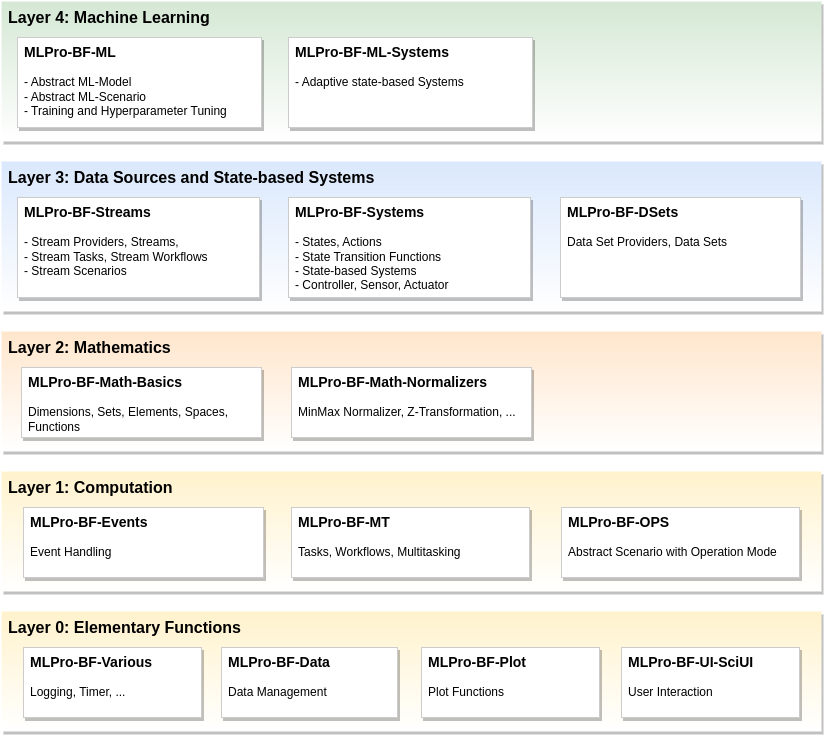
Above: doc/rtd/content/02_basic_functions/mlpro_bf/sub/images/MLPro-BF_Overview.drawio.png in fhswf/MLPro (draw.io), before the change. Source tidied: cells renumbered, new cells last; positions are measured from the earlier drawing's top-left corner, leaving out a move shared by most shapes.
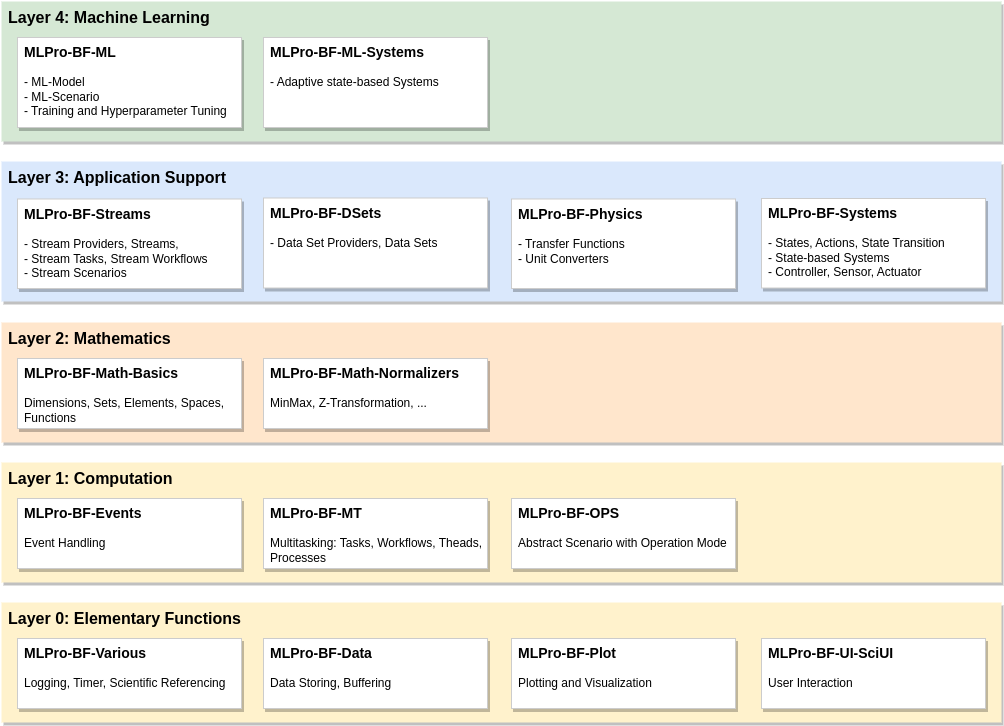
Above is the later version.

Commit message:
updates on various diagrams and images

Diff of the diagram source:
```diff
@@ -2,62 +2,65 @@
   <root>
     <mxCell id="0" />
     <mxCell id="1" parent="0" />
+    <mxCell id="16" value="Layer 4: Machine Learning" style="rounded=0;whiteSpace=wrap;html=1;shadow=1;glass=0;fontSize=16;align=left;labelPosition=center;verticalLabelPosition=middle;verticalAlign=top;spacingLeft=5;spacingRight=5;fontStyle=1;fillColor=#d5e8d4;strokeColor=none;strokeWidth=2;gradientColor=none;" parent="1" vertex="1">
+      <mxGeometry y="9" width="1000" height="140" as="geometry" />
+    </mxCell>
-    <mxCell id="2" value="Layer 0: Elementary Functions" style="rounded=0;whiteSpace=wrap;html=1;shadow=1;glass=0;fontSize=16;align=left;labelPosition=center;verticalLabelPosition=middle;verticalAlign=top;spacingLeft=5;fontStyle=1;strokeColor=none;fillColor=#fff2cc;strokeWidth=1;fontFamily=Helvetica;gradientColor=#FFFFFF;" parent="1" vertex="1">
-      <mxGeometry y="610" width="820" height="120" as="geometry" />
+    <mxCell id="2" value="Layer 0: Elementary Functions" style="rounded=0;whiteSpace=wrap;html=1;shadow=1;glass=0;fontSize=16;align=left;labelPosition=center;verticalLabelPosition=middle;verticalAlign=top;spacingLeft=5;fontStyle=1;strokeColor=none;fillColor=#fff2cc;strokeWidth=1;fontFamily=Helvetica;gradientColor=none;" parent="1" vertex="1">
+      <mxGeometry y="610" width="1000" height="120" as="geometry" />
     </mxCell>
-    <mxCell id="3" value="Layer 3: Data Sources and State-based Systems" style="rounded=0;whiteSpace=wrap;html=1;shadow=1;glass=0;fontSize=16;align=left;labelPosition=center;verticalLabelPosition=middle;verticalAlign=top;spacingLeft=5;spacingRight=5;fontStyle=1;fillColor=#dae8fc;strokeColor=none;strokeWidth=2;gradientColor=#FFFFFF;" parent="1" vertex="1">
-      <mxGeometry y="160" width="820" height="150" as="geometry" />
+    <mxCell id="3" value="Layer 3: Application Support" style="rounded=0;whiteSpace=wrap;html=1;shadow=1;glass=0;fontSize=16;align=left;labelPosition=center;verticalLabelPosition=middle;verticalAlign=top;spacingLeft=5;spacingRight=5;fontStyle=1;fillColor=#dae8fc;strokeColor=none;strokeWidth=2;gradientColor=none;" parent="1" vertex="1">
+      <mxGeometry y="169" width="1000" height="140" as="geometry" />
     </mxCell>
-    <mxCell id="4" value="Layer 2: Mathematics" style="rounded=0;whiteSpace=wrap;html=1;shadow=1;glass=0;fontSize=16;align=left;labelPosition=center;verticalLabelPosition=middle;verticalAlign=top;spacingLeft=5;fontStyle=1;fillColor=#ffe6cc;strokeColor=none;strokeWidth=1;gradientColor=#FFFFFF;" parent="1" vertex="1">
-      <mxGeometry y="330" width="820" height="120" as="geometry" />
+    <mxCell id="4" value="Layer 2: Mathematics" style="rounded=0;whiteSpace=wrap;html=1;shadow=1;glass=0;fontSize=16;align=left;labelPosition=center;verticalLabelPosition=middle;verticalAlign=top;spacingLeft=5;fontStyle=1;fillColor=#ffe6cc;strokeColor=none;strokeWidth=1;gradientColor=none;" parent="1" vertex="1">
+      <mxGeometry y="330" width="1000" height="120" as="geometry" />
     </mxCell>
-    <mxCell id="5" value="Layer 1: Computation" style="rounded=0;whiteSpace=wrap;html=1;shadow=1;glass=0;fontSize=16;align=left;labelPosition=center;verticalLabelPosition=middle;verticalAlign=top;spacingLeft=5;fontStyle=1;fillColor=#fff2cc;strokeColor=none;strokeWidth=1;gradientColor=#FFFFFF;" parent="1" vertex="1">
-      <mxGeometry y="470" width="820" height="120" as="geometry" />
+    <mxCell id="5" value="Layer 1: Computation" style="rounded=0;whiteSpace=wrap;html=1;shadow=1;glass=0;fontSize=16;align=left;labelPosition=center;verticalLabelPosition=middle;verticalAlign=top;spacingLeft=5;fontStyle=1;fillColor=#fff2cc;strokeColor=none;strokeWidth=1;gradientColor=none;" parent="1" vertex="1">
+      <mxGeometry y="470" width="1000" height="120" as="geometry" />
     </mxCell>
-    <mxCell id="6" value="&lt;font style=&quot;font-size: 14px;&quot;&gt;MLPro-BF-Various&lt;/font&gt;&lt;br&gt;&lt;span style=&quot;font-weight: normal;&quot;&gt;&lt;br&gt;Logging, Timer, ...&lt;/span&gt;" style="rounded=0;whiteSpace=wrap;html=1;glass=0;shadow=1;align=left;verticalAlign=top;fontStyle=1;spacingLeft=5;strokeColor=#CCCCCC;" parent="1" vertex="1">
-      <mxGeometry x="22" y="646" width="178" height="70" as="geometry" />
+    <mxCell id="6" value="&lt;font style=&quot;font-size: 14px;&quot;&gt;MLPro-BF-Various&lt;/font&gt;&lt;br&gt;&lt;span style=&quot;font-weight: normal;&quot;&gt;&lt;br&gt;Logging, Timer, Scientific Referencing&lt;/span&gt;" style="rounded=0;whiteSpace=wrap;html=1;glass=0;shadow=1;align=left;verticalAlign=top;fontStyle=1;spacingLeft=5;strokeColor=#CCCCCC;" parent="1" vertex="1">
+      <mxGeometry x="16" y="646" width="224" height="70" as="geometry" />
     </mxCell>
     <mxCell id="7" value="&lt;font style=&quot;font-size: 14px;&quot;&gt;MLPro-BF-Math-Basics&lt;br&gt;&lt;/font&gt;&lt;span style=&quot;font-weight: normal;&quot;&gt;&lt;br&gt;Dimensions, Sets, Elements, Spaces, Functions&lt;/span&gt;" style="rounded=0;whiteSpace=wrap;html=1;glass=0;shadow=1;align=left;verticalAlign=top;fontStyle=1;spacingLeft=5;strokeColor=#CCCCCC;" parent="1" vertex="1">
-      <mxGeometry x="20" y="366" width="240" height="70" as="geometry" />
+      <mxGeometry x="16" y="366" width="224" height="70" as="geometry" />
     </mxCell>
     <mxCell id="8" value="&lt;font style=&quot;font-size: 14px;&quot;&gt;MLPro-BF-Events&lt;/font&gt;&lt;br&gt;&lt;br&gt;&lt;span style=&quot;font-weight: normal;&quot;&gt;Event Handling&lt;/span&gt;" style="rounded=0;whiteSpace=wrap;html=1;glass=0;shadow=1;align=left;verticalAlign=top;fontStyle=1;spacingLeft=5;strokeColor=#CCCCCC;" parent="1" vertex="1">
-      <mxGeometry x="22" y="506" width="240" height="70" as="geometry" />
+      <mxGeometry x="16" y="506" width="224" height="70" as="geometry" />
     </mxCell>
-    <mxCell id="9" value="&lt;font style=&quot;font-size: 14px;&quot;&gt;MLPro-BF-MT &lt;/font&gt;&lt;br&gt;&lt;br&gt;&lt;span style=&quot;font-weight: normal;&quot;&gt;Tasks, Workflows, Multitasking&amp;nbsp;&lt;/span&gt;" style="rounded=0;whiteSpace=wrap;html=1;glass=0;shadow=1;align=left;verticalAlign=top;fontStyle=1;spacingLeft=5;strokeColor=#CCCCCC;" parent="1" vertex="1">
-      <mxGeometry x="290" y="506" width="238" height="70" as="geometry" />
+    <mxCell id="9" value="&lt;font style=&quot;font-size: 14px;&quot;&gt;MLPro-BF-MT &lt;/font&gt;&lt;br&gt;&lt;br&gt;&lt;span style=&quot;font-weight: normal;&quot;&gt;Multitasking: Tasks, Workflows, Theads, Processes&lt;/span&gt;" style="rounded=0;whiteSpace=wrap;html=1;glass=0;shadow=1;align=left;verticalAlign=top;fontStyle=1;spacingLeft=5;strokeColor=#CCCCCC;" parent="1" vertex="1">
+      <mxGeometry x="262" y="506" width="224" height="70" as="geometry" />
     </mxCell>
     <mxCell id="10" value="&lt;font style=&quot;font-size: 14px;&quot;&gt;MLPro-BF-Streams&lt;/font&gt;&lt;br&gt;&lt;br&gt;&lt;span style=&quot;font-weight: normal;&quot;&gt;- Stream Providers, Streams,&lt;br&gt;- Stream Tasks, Stream Workflows&lt;br&gt;- Stream Scenarios&lt;br&gt;&lt;/span&gt;" style="rounded=0;whiteSpace=wrap;html=1;glass=0;shadow=1;align=left;verticalAlign=top;fontStyle=1;spacingLeft=5;strokeColor=#CCCCCC;" parent="1" vertex="1">
-      <mxGeometry x="16" y="196" width="242" height="100" as="geometry" />
+      <mxGeometry x="16" y="206.5" width="224" height="89.5" as="geometry" />
     </mxCell>
-    <mxCell id="11" value="&lt;font style=&quot;font-size: 14px;&quot;&gt;MLPro-BF-Data&lt;/font&gt;&lt;br&gt;&lt;span style=&quot;font-weight: normal;&quot;&gt;&lt;br&gt;Data Management&lt;/span&gt;" style="rounded=0;whiteSpace=wrap;html=1;glass=0;shadow=1;align=left;verticalAlign=top;fontStyle=1;spacingLeft=5;strokeColor=#CCCCCC;" parent="1" vertex="1">
-      <mxGeometry x="220" y="646" width="176" height="70" as="geometry" />
+    <mxCell id="11" value="&lt;font style=&quot;font-size: 14px;&quot;&gt;MLPro-BF-Data&lt;/font&gt;&lt;br&gt;&lt;span style=&quot;font-weight: normal;&quot;&gt;&lt;br&gt;Data Storing, Buffering&lt;/span&gt;" style="rounded=0;whiteSpace=wrap;html=1;glass=0;shadow=1;align=left;verticalAlign=top;fontStyle=1;spacingLeft=5;strokeColor=#CCCCCC;" parent="1" vertex="1">
+      <mxGeometry x="262" y="646" width="224" height="70" as="geometry" />
     </mxCell>
-    <mxCell id="12" value="&lt;font style=&quot;font-size: 14px;&quot;&gt;MLPro-BF-Plot&lt;/font&gt;&lt;br&gt;&lt;span style=&quot;font-weight: normal;&quot;&gt;&lt;br&gt;Plot Functions&lt;/span&gt;" style="rounded=0;whiteSpace=wrap;html=1;glass=0;shadow=1;align=left;verticalAlign=top;fontStyle=1;spacingLeft=5;strokeColor=#CCCCCC;" parent="1" vertex="1">
-      <mxGeometry x="420" y="646" width="178" height="70" as="geometry" />
+    <mxCell id="12" value="&lt;font style=&quot;font-size: 14px;&quot;&gt;MLPro-BF-Plot&lt;/font&gt;&lt;br&gt;&lt;span style=&quot;font-weight: normal;&quot;&gt;&lt;br&gt;Plotting and Visualization&lt;/span&gt;" style="rounded=0;whiteSpace=wrap;html=1;glass=0;shadow=1;align=left;verticalAlign=top;fontStyle=1;spacingLeft=5;strokeColor=#CCCCCC;" parent="1" vertex="1">
+      <mxGeometry x="510" y="646" width="224" height="70" as="geometry" />
     </mxCell>
-    <mxCell id="13" value="&lt;font style=&quot;font-size: 14px;&quot;&gt;MLPro-BF-DSets&amp;nbsp;&lt;/font&gt;&lt;br&gt;&lt;br&gt;&lt;span style=&quot;font-weight: normal;&quot;&gt;Data Set Providers, Data Sets&lt;/span&gt;" style="rounded=0;whiteSpace=wrap;html=1;glass=0;shadow=1;align=left;verticalAlign=top;fontStyle=1;spacingLeft=5;strokeColor=#CCCCCC;" parent="1" vertex="1">
-      <mxGeometry x="559" y="196" width="240" height="100" as="geometry" />
+    <mxCell id="13" value="&lt;font style=&quot;font-size: 14px;&quot;&gt;MLPro-BF-DSets&amp;nbsp;&lt;/font&gt;&lt;br&gt;&lt;br&gt;&lt;span style=&quot;font-weight: normal;&quot;&gt;- Data Set Providers, Data Sets&lt;/span&gt;" style="rounded=0;whiteSpace=wrap;html=1;glass=0;shadow=1;align=left;verticalAlign=top;fontStyle=1;spacingLeft=5;strokeColor=#CCCCCC;" parent="1" vertex="1">
+      <mxGeometry x="262" y="205.5" width="224" height="90" as="geometry" />
     </mxCell>
     <mxCell id="14" value="&lt;span style=&quot;font-size: 14px;&quot;&gt;MLPro-BF-OPS&lt;br&gt;&lt;/span&gt;&lt;br&gt;&lt;span style=&quot;font-weight: 400;&quot;&gt;Abstract Scenario with Operation Mode&lt;/span&gt;" style="rounded=0;whiteSpace=wrap;html=1;glass=0;shadow=1;align=left;verticalAlign=top;fontStyle=1;spacingLeft=5;strokeColor=#CCCCCC;" parent="1" vertex="1">
-      <mxGeometry x="560" y="506" width="238" height="70" as="geometry" />
+      <mxGeometry x="510" y="506" width="224" height="70" as="geometry" />
     </mxCell>
-    <mxCell id="15" value="&lt;font style=&quot;font-size: 14px;&quot;&gt;MLPro-BF-Systems&lt;br&gt;&lt;/font&gt;&lt;span style=&quot;font-weight: normal;&quot;&gt;&lt;br&gt;- States, Actions&lt;br&gt;- State Transition Functions&lt;br&gt;- State-based Systems&lt;br&gt;- Controller, Sensor, Actuator&lt;br&gt;&lt;/span&gt;" style="rounded=0;whiteSpace=wrap;html=1;glass=0;shadow=1;align=left;verticalAlign=top;fontStyle=1;spacingLeft=5;strokeColor=#CCCCCC;" parent="1" vertex="1">
-      <mxGeometry x="287" y="196" width="242" height="100" as="geometry" />
+    <mxCell id="15" value="&lt;font style=&quot;font-size: 14px;&quot;&gt;MLPro-BF-Systems&lt;br&gt;&lt;/font&gt;&lt;span style=&quot;font-weight: normal;&quot;&gt;&lt;br&gt;- States, Actions, State Transition&lt;br&gt;- State-based Systems&lt;br&gt;- Controller, Sensor, Actuator&lt;br&gt;&lt;/span&gt;" style="rounded=0;whiteSpace=wrap;html=1;glass=0;shadow=1;align=left;verticalAlign=top;fontStyle=1;spacingLeft=5;strokeColor=#CCCCCC;" parent="1" vertex="1">
+      <mxGeometry x="760" y="206" width="224" height="89.5" as="geometry" />
     </mxCell>
-    <mxCell id="16" value="Layer 4: Machine Learning" style="rounded=0;whiteSpace=wrap;html=1;shadow=1;glass=0;fontSize=16;align=left;labelPosition=center;verticalLabelPosition=middle;verticalAlign=top;spacingLeft=5;spacingRight=5;fontStyle=1;fillColor=#d5e8d4;strokeColor=none;strokeWidth=2;gradientColor=#FFFFFF;" parent="1" vertex="1">
-      <mxGeometry width="820" height="140" as="geometry" />
-    </mxCell>
-    <mxCell id="17" value="&lt;font style=&quot;font-size: 14px;&quot;&gt;MLPro-BF-ML&lt;/font&gt;&lt;span style=&quot;background-color: initial; font-weight: normal;&quot;&gt;&lt;br&gt;&lt;/span&gt;&lt;span style=&quot;background-color: initial; font-weight: normal;&quot;&gt;&lt;br&gt;&lt;/span&gt;&lt;span style=&quot;background-color: initial; font-weight: normal;&quot;&gt;- Abstract ML-Model&lt;/span&gt;&lt;span style=&quot;background-color: initial; font-weight: normal;&quot;&gt;&lt;br&gt;&lt;/span&gt;&lt;span style=&quot;background-color: initial; font-weight: normal;&quot;&gt;- Abstract ML-Scenario&lt;/span&gt;&lt;span style=&quot;background-color: initial; font-weight: normal;&quot;&gt;&lt;br&gt;&lt;/span&gt;&lt;span style=&quot;background-color: initial; font-weight: normal;&quot;&gt;- Training and Hyperparameter Tuning&lt;/span&gt;&lt;span style=&quot;background-color: initial; font-weight: normal;&quot;&gt;&lt;br&gt;&lt;/span&gt;&lt;blockquote style=&quot;margin: 0 0 0 40px; border: none; padding: 0px;&quot;&gt;&lt;/blockquote&gt;&lt;blockquote style=&quot;margin: 0 0 0 40px; border: none; padding: 0px;&quot;&gt;&lt;/blockquote&gt;" style="rounded=0;whiteSpace=wrap;html=1;glass=0;shadow=1;align=left;verticalAlign=top;fontStyle=1;spacingLeft=5;strokeColor=#CCCCCC;" parent="1" vertex="1">
-      <mxGeometry x="16" y="36" width="244" height="90" as="geometry" />
+    <mxCell id="17" value="&lt;font style=&quot;font-size: 14px;&quot;&gt;MLPro-BF-ML&lt;/font&gt;&lt;span style=&quot;background-color: initial; font-weight: normal;&quot;&gt;&lt;br&gt;&lt;/span&gt;&lt;span style=&quot;background-color: initial; font-weight: normal;&quot;&gt;&lt;br&gt;&lt;/span&gt;&lt;span style=&quot;background-color: initial; font-weight: normal;&quot;&gt;- ML-Model&lt;/span&gt;&lt;span style=&quot;background-color: initial; font-weight: normal;&quot;&gt;&lt;br&gt;&lt;/span&gt;&lt;span style=&quot;background-color: initial; font-weight: normal;&quot;&gt;- ML-Scenario&lt;/span&gt;&lt;span style=&quot;background-color: initial; font-weight: normal;&quot;&gt;&lt;br&gt;&lt;/span&gt;&lt;span style=&quot;background-color: initial; font-weight: normal;&quot;&gt;- Training and Hyperparameter Tuning&lt;/span&gt;&lt;span style=&quot;background-color: initial; font-weight: normal;&quot;&gt;&lt;br&gt;&lt;/span&gt;&lt;blockquote style=&quot;margin: 0 0 0 40px; border: none; padding: 0px;&quot;&gt;&lt;/blockquote&gt;&lt;blockquote style=&quot;margin: 0 0 0 40px; border: none; padding: 0px;&quot;&gt;&lt;/blockquote&gt;" style="rounded=0;whiteSpace=wrap;html=1;glass=0;shadow=1;align=left;verticalAlign=top;fontStyle=1;spacingLeft=5;strokeColor=#CCCCCC;" parent="1" vertex="1">
+      <mxGeometry x="16" y="45" width="224" height="90" as="geometry" />
     </mxCell>
-    <mxCell id="18" value="&lt;font style=&quot;font-size: 14px;&quot;&gt;MLPro-BF-Math-Normalizers&lt;br&gt;&lt;/font&gt;&lt;span style=&quot;font-weight: normal;&quot;&gt;&lt;br&gt;MinMax Normalizer, Z-Transformation, ...&lt;/span&gt;" style="rounded=0;whiteSpace=wrap;html=1;glass=0;shadow=1;align=left;verticalAlign=top;fontStyle=1;spacingLeft=5;strokeColor=#CCCCCC;" parent="1" vertex="1">
-      <mxGeometry x="290" y="366" width="240" height="70" as="geometry" />
+    <mxCell id="18" value="&lt;font style=&quot;font-size: 14px;&quot;&gt;MLPro-BF-Math-Normalizers&lt;br&gt;&lt;/font&gt;&lt;span style=&quot;font-weight: normal;&quot;&gt;&lt;br&gt;MinMax, Z-Transformation, ...&lt;/span&gt;" style="rounded=0;whiteSpace=wrap;html=1;glass=0;shadow=1;align=left;verticalAlign=top;fontStyle=1;spacingLeft=5;strokeColor=#CCCCCC;" parent="1" vertex="1">
+      <mxGeometry x="262" y="366" width="224" height="70" as="geometry" />
     </mxCell>
     <mxCell id="19" value="&lt;font style=&quot;font-size: 14px;&quot;&gt;MLPro-BF-ML-Systems&lt;/font&gt;&lt;span style=&quot;background-color: initial; font-weight: normal;&quot;&gt;&lt;br&gt;&lt;/span&gt;&lt;span style=&quot;background-color: initial; font-weight: normal;&quot;&gt;&lt;br&gt;- Adaptive state-based Systems&lt;/span&gt;&lt;span style=&quot;background-color: initial; font-weight: normal;&quot;&gt;&lt;br&gt;&lt;/span&gt;&lt;blockquote style=&quot;margin: 0 0 0 40px; border: none; padding: 0px;&quot;&gt;&lt;/blockquote&gt;&lt;blockquote style=&quot;margin: 0 0 0 40px; border: none; padding: 0px;&quot;&gt;&lt;/blockquote&gt;" style="rounded=0;whiteSpace=wrap;html=1;glass=0;shadow=1;align=left;verticalAlign=top;fontStyle=1;spacingLeft=5;strokeColor=#CCCCCC;" parent="1" vertex="1">
-      <mxGeometry x="287" y="36" width="244" height="90" as="geometry" />
+      <mxGeometry x="262" y="45" width="224" height="90" as="geometry" />
     </mxCell>
     <mxCell id="20" value="&lt;font style=&quot;font-size: 14px;&quot;&gt;MLPro-BF-UI-SciUI&lt;/font&gt;&lt;br&gt;&lt;span style=&quot;font-weight: normal;&quot;&gt;&lt;br&gt;User Interaction&lt;/span&gt;" style="rounded=0;whiteSpace=wrap;html=1;glass=0;shadow=1;align=left;verticalAlign=top;fontStyle=1;spacingLeft=5;strokeColor=#CCCCCC;" parent="1" vertex="1">
-      <mxGeometry x="620" y="646" width="178" height="70" as="geometry" />
+      <mxGeometry x="760" y="646" width="224" height="70" as="geometry" />
     </mxCell>
+    <mxCell id="21" value="&lt;span style=&quot;font-size: 14px;&quot;&gt;MLPro-BF-Physics&lt;br&gt;&lt;/span&gt;&lt;br&gt;&lt;span style=&quot;font-weight: normal;&quot;&gt;- Transfer Functions&lt;/span&gt;&lt;br&gt;&lt;span style=&quot;font-weight: normal;&quot;&gt;- Unit Converters&lt;/span&gt;" style="rounded=0;whiteSpace=wrap;html=1;glass=0;shadow=1;align=left;verticalAlign=top;fontStyle=1;spacingLeft=5;strokeColor=#CCCCCC;" parent="1" vertex="1">
+      <mxGeometry x="510" y="206.5" width="224" height="89.5" as="geometry" />
+    </mxCell>
   </root>
 </mxGraphModel>
```
